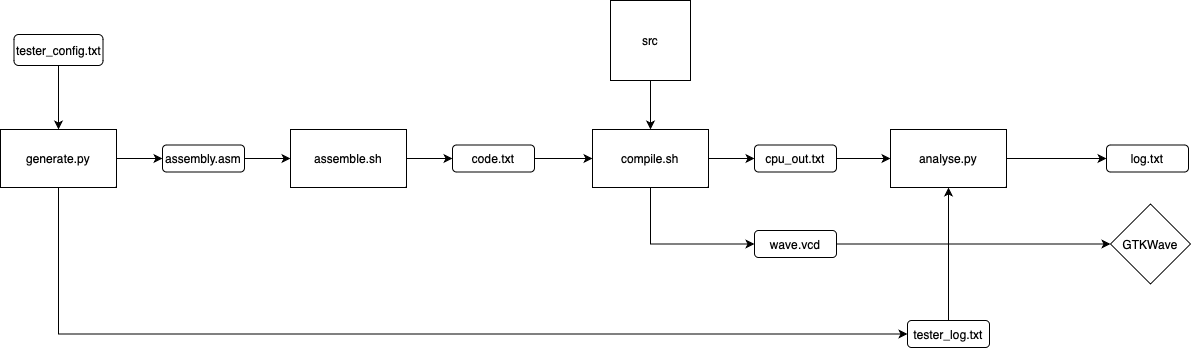
Earlier version of the draw.io export asset/tester.drawio.png (FyVoid/BUAA_CO_tester). Source tidied: cells renumbered, new cells last; positions are measured from the earlier drawing's top-left corner, leaving out a move shared by most shapes. Source of this version:
```xml
<mxGraphModel>
  <root>
    <mxCell id="0" />
    <mxCell id="1" parent="0" />
    <mxCell id="2" style="edgeStyle=orthogonalEdgeStyle;rounded=0;jettySize=auto;html=1;exitX=1;exitY=0.5;exitDx=0;exitDy=0;" parent="1" edge="1" source="4" target="6">
      <mxGeometry relative="1" as="geometry" />
    </mxCell>
    <mxCell id="3" style="edgeStyle=orthogonalEdgeStyle;rounded=0;jettySize=auto;html=1;exitX=0.5;exitY=1;exitDx=0;exitDy=0;entryX=0;entryY=0.5;entryDx=0;entryDy=0;" parent="1" edge="1" source="4" target="23">
      <mxGeometry relative="1" as="geometry" />
    </mxCell>
    <mxCell id="4" value="generate.py" style="rounded=0;whiteSpace=wrap;html=1;" parent="1" vertex="1">
      <mxGeometry y="129" width="116" height="58" as="geometry" />
    </mxCell>
    <mxCell id="5" style="edgeStyle=orthogonalEdgeStyle;rounded=0;jettySize=auto;html=1;exitX=1;exitY=0.5;exitDx=0;exitDy=0;entryX=0;entryY=0.5;entryDx=0;entryDy=0;" parent="1" edge="1" source="6" target="8">
      <mxGeometry relative="1" as="geometry" />
    </mxCell>
    <mxCell id="6" value="assembly.asm" style="rounded=1;whiteSpace=wrap;html=1;" parent="1" vertex="1">
      <mxGeometry x="162" y="144.5" width="82" height="27" as="geometry" />
    </mxCell>
    <mxCell id="7" style="edgeStyle=orthogonalEdgeStyle;rounded=0;jettySize=auto;html=1;exitX=1;exitY=0.5;exitDx=0;exitDy=0;entryX=0;entryY=0.5;entryDx=0;entryDy=0;" parent="1" edge="1" source="8" target="10">
      <mxGeometry relative="1" as="geometry" />
    </mxCell>
    <mxCell id="8" value="assemble.sh" style="rounded=0;whiteSpace=wrap;html=1;" parent="1" vertex="1">
      <mxGeometry x="290" y="129" width="116" height="58" as="geometry" />
    </mxCell>
    <mxCell id="9" style="edgeStyle=orthogonalEdgeStyle;rounded=0;jettySize=auto;html=1;exitX=1;exitY=0.5;exitDx=0;exitDy=0;entryX=0;entryY=0.5;entryDx=0;entryDy=0;" parent="1" edge="1" source="10" target="15">
      <mxGeometry relative="1" as="geometry" />
    </mxCell>
    <mxCell id="10" value="code.txt" style="rounded=1;whiteSpace=wrap;html=1;" parent="1" vertex="1">
      <mxGeometry x="452" y="144.5" width="82" height="27" as="geometry" />
    </mxCell>
    <mxCell id="11" style="edgeStyle=orthogonalEdgeStyle;rounded=0;jettySize=auto;html=1;exitX=0.5;exitY=1;exitDx=0;exitDy=0;entryX=0.5;entryY=0;entryDx=0;entryDy=0;" parent="1" edge="1" source="12" target="15">
      <mxGeometry relative="1" as="geometry" />
    </mxCell>
    <mxCell id="12" value="src" style="whiteSpace=wrap;html=1;" parent="1" vertex="1">
      <mxGeometry x="610" width="80" height="80" as="geometry" />
    </mxCell>
    <mxCell id="13" style="edgeStyle=orthogonalEdgeStyle;rounded=0;jettySize=auto;html=1;exitX=1;exitY=0.5;exitDx=0;exitDy=0;entryX=0;entryY=0.5;entryDx=0;entryDy=0;" parent="1" edge="1" source="15" target="17">
      <mxGeometry relative="1" as="geometry" />
    </mxCell>
    <mxCell id="14" style="edgeStyle=orthogonalEdgeStyle;rounded=0;jettySize=auto;html=1;exitX=0.5;exitY=1;exitDx=0;exitDy=0;entryX=0;entryY=0.5;entryDx=0;entryDy=0;" parent="1" edge="1" source="15" target="19">
      <mxGeometry relative="1" as="geometry" />
    </mxCell>
    <mxCell id="15" value="compile.sh" style="rounded=0;whiteSpace=wrap;html=1;" parent="1" vertex="1">
      <mxGeometry x="592" y="129" width="116" height="58" as="geometry" />
    </mxCell>
    <mxCell id="16" style="edgeStyle=orthogonalEdgeStyle;rounded=0;jettySize=auto;html=1;exitX=1;exitY=0.5;exitDx=0;exitDy=0;entryX=0;entryY=0.5;entryDx=0;entryDy=0;" parent="1" edge="1" source="17" target="21">
      <mxGeometry relative="1" as="geometry" />
    </mxCell>
    <mxCell id="17" value="cpu_out.txt" style="rounded=1;whiteSpace=wrap;html=1;" parent="1" vertex="1">
      <mxGeometry x="754" y="144.5" width="82" height="27" as="geometry" />
    </mxCell>
    <mxCell id="18" style="edgeStyle=orthogonalEdgeStyle;rounded=0;jettySize=auto;html=1;exitX=1;exitY=0.5;exitDx=0;exitDy=0;entryX=0;entryY=0.5;entryDx=0;entryDy=0;" parent="1" edge="1" source="19" target="24">
      <mxGeometry relative="1" as="geometry" />
    </mxCell>
    <mxCell id="19" value="wave.vcd" style="rounded=1;whiteSpace=wrap;html=1;" parent="1" vertex="1">
      <mxGeometry x="754" y="230" width="82" height="27" as="geometry" />
    </mxCell>
    <mxCell id="20" style="edgeStyle=orthogonalEdgeStyle;rounded=0;jettySize=auto;html=1;exitX=1;exitY=0.5;exitDx=0;exitDy=0;entryX=0;entryY=0.5;entryDx=0;entryDy=0;" parent="1" edge="1" source="21" target="25">
      <mxGeometry relative="1" as="geometry" />
    </mxCell>
    <mxCell id="21" value="analyse.py" style="rounded=0;whiteSpace=wrap;html=1;" parent="1" vertex="1">
      <mxGeometry x="890" y="129" width="116" height="58" as="geometry" />
    </mxCell>
    <mxCell id="22" style="edgeStyle=orthogonalEdgeStyle;rounded=0;jettySize=auto;html=1;exitX=0.5;exitY=0;exitDx=0;exitDy=0;entryX=0.5;entryY=1;entryDx=0;entryDy=0;" parent="1" edge="1" source="23" target="21">
      <mxGeometry relative="1" as="geometry" />
    </mxCell>
    <mxCell id="23" value="tester_log.txt" style="rounded=1;whiteSpace=wrap;html=1;" parent="1" vertex="1">
      <mxGeometry x="907" y="320" width="82" height="27" as="geometry" />
    </mxCell>
    <mxCell id="24" value="GTKWave" style="rhombus;whiteSpace=wrap;html=1;" parent="1" vertex="1">
      <mxGeometry x="1110" y="203.5" width="80" height="80" as="geometry" />
    </mxCell>
    <mxCell id="25" value="log.txt" style="rounded=1;whiteSpace=wrap;html=1;" parent="1" vertex="1">
      <mxGeometry x="1106" y="144.5" width="82" height="27" as="geometry" />
    </mxCell>
    <mxCell id="26" style="edgeStyle=orthogonalEdgeStyle;rounded=0;jettySize=auto;html=1;exitX=0.5;exitY=1;exitDx=0;exitDy=0;entryX=0.5;entryY=0;entryDx=0;entryDy=0;" parent="1" edge="1" source="27" target="4">
      <mxGeometry relative="1" as="geometry" />
    </mxCell>
    <mxCell id="27" value="tester_config.txt" style="rounded=1;whiteSpace=wrap;html=1;" parent="1" vertex="1">
      <mxGeometry x="13.5" y="34" width="89" height="31" as="geometry" />
    </mxCell>
  </root>
</mxGraphModel>
```
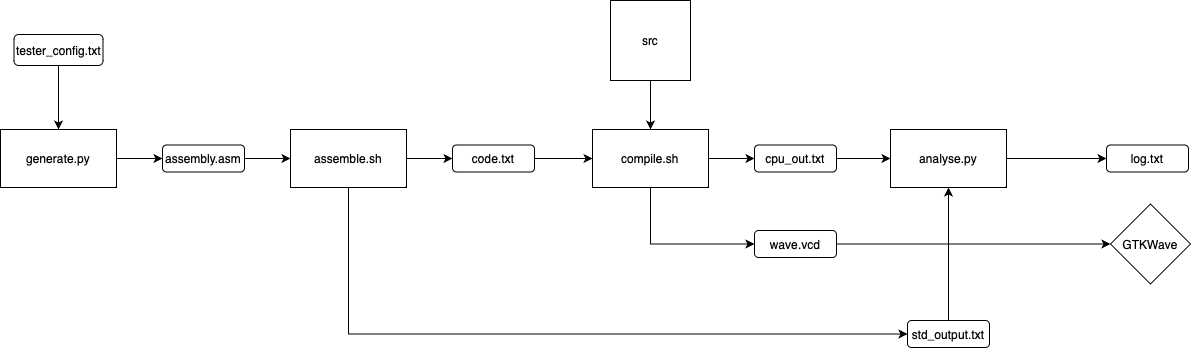
The same diagram one commit later.

Change to the diagram source:
```diff
@@ -5,9 +5,6 @@
     <mxCell id="2" style="edgeStyle=orthogonalEdgeStyle;rounded=0;jettySize=auto;html=1;exitX=1;exitY=0.5;exitDx=0;exitDy=0;" parent="1" edge="1" source="4" target="6">
       <mxGeometry relative="1" as="geometry" />
     </mxCell>
-    <mxCell id="3" style="edgeStyle=orthogonalEdgeStyle;rounded=0;jettySize=auto;html=1;exitX=0.5;exitY=1;exitDx=0;exitDy=0;entryX=0;entryY=0.5;entryDx=0;entryDy=0;" parent="1" edge="1" source="4" target="23">
-      <mxGeometry relative="1" as="geometry" />
-    </mxCell>
     <mxCell id="4" value="generate.py" style="rounded=0;whiteSpace=wrap;html=1;" parent="1" vertex="1">
       <mxGeometry y="129" width="116" height="58" as="geometry" />
     </mxCell>
@@ -20,6 +17,9 @@
     <mxCell id="7" style="edgeStyle=orthogonalEdgeStyle;rounded=0;jettySize=auto;html=1;exitX=1;exitY=0.5;exitDx=0;exitDy=0;entryX=0;entryY=0.5;entryDx=0;entryDy=0;" parent="1" edge="1" source="8" target="10">
       <mxGeometry relative="1" as="geometry" />
     </mxCell>
+    <mxCell id="28" style="edgeStyle=orthogonalEdgeStyle;rounded=0;jettySize=auto;html=1;exitX=0.5;exitY=1;exitDx=0;exitDy=0;entryX=0;entryY=0.5;entryDx=0;entryDy=0;" parent="1" edge="1" source="8" target="23">
+      <mxGeometry relative="1" as="geometry" />
+    </mxCell>
     <mxCell id="8" value="assemble.sh" style="rounded=0;whiteSpace=wrap;html=1;" parent="1" vertex="1">
       <mxGeometry x="290" y="129" width="116" height="58" as="geometry" />
     </mxCell>
@@ -65,7 +65,7 @@
     <mxCell id="22" style="edgeStyle=orthogonalEdgeStyle;rounded=0;jettySize=auto;html=1;exitX=0.5;exitY=0;exitDx=0;exitDy=0;entryX=0.5;entryY=1;entryDx=0;entryDy=0;" parent="1" edge="1" source="23" target="21">
       <mxGeometry relative="1" as="geometry" />
     </mxCell>
-    <mxCell id="23" value="tester_log.txt" style="rounded=1;whiteSpace=wrap;html=1;" parent="1" vertex="1">
+    <mxCell id="23" value="std_output.txt" style="rounded=1;whiteSpace=wrap;html=1;" parent="1" vertex="1">
       <mxGeometry x="907" y="320" width="82" height="27" as="geometry" />
     </mxCell>
     <mxCell id="24" value="GTKWave" style="rhombus;whiteSpace=wrap;html=1;" parent="1" vertex="1">
```
